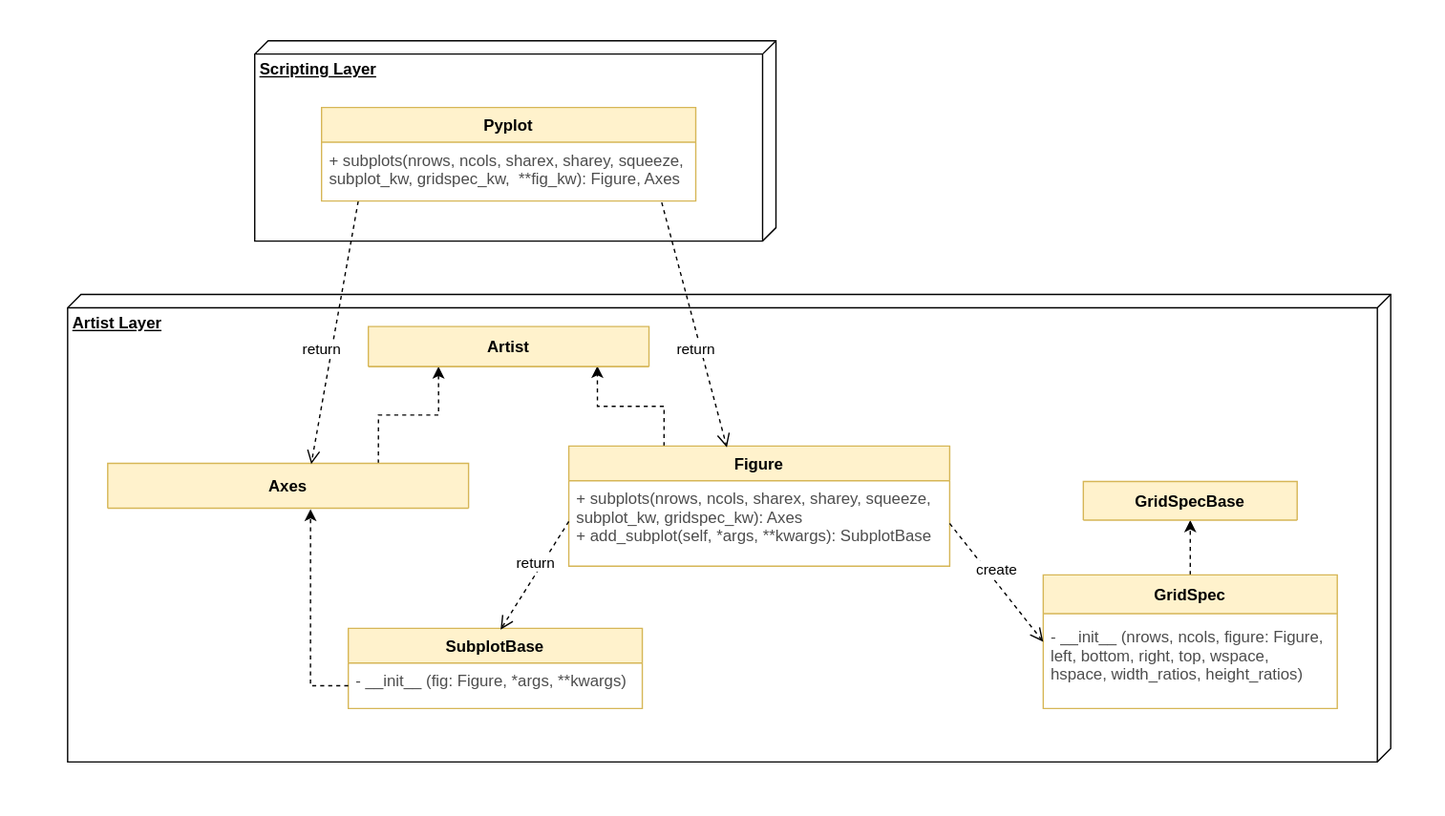
The draw.io diagram deliverable/3/img/1460_uml_1.svg in CSCD01/team_04-project, before a commit. Source tidied: cells renumbered, new cells last; positions are measured from the earlier drawing's top-left corner, leaving out a move shared by most shapes.
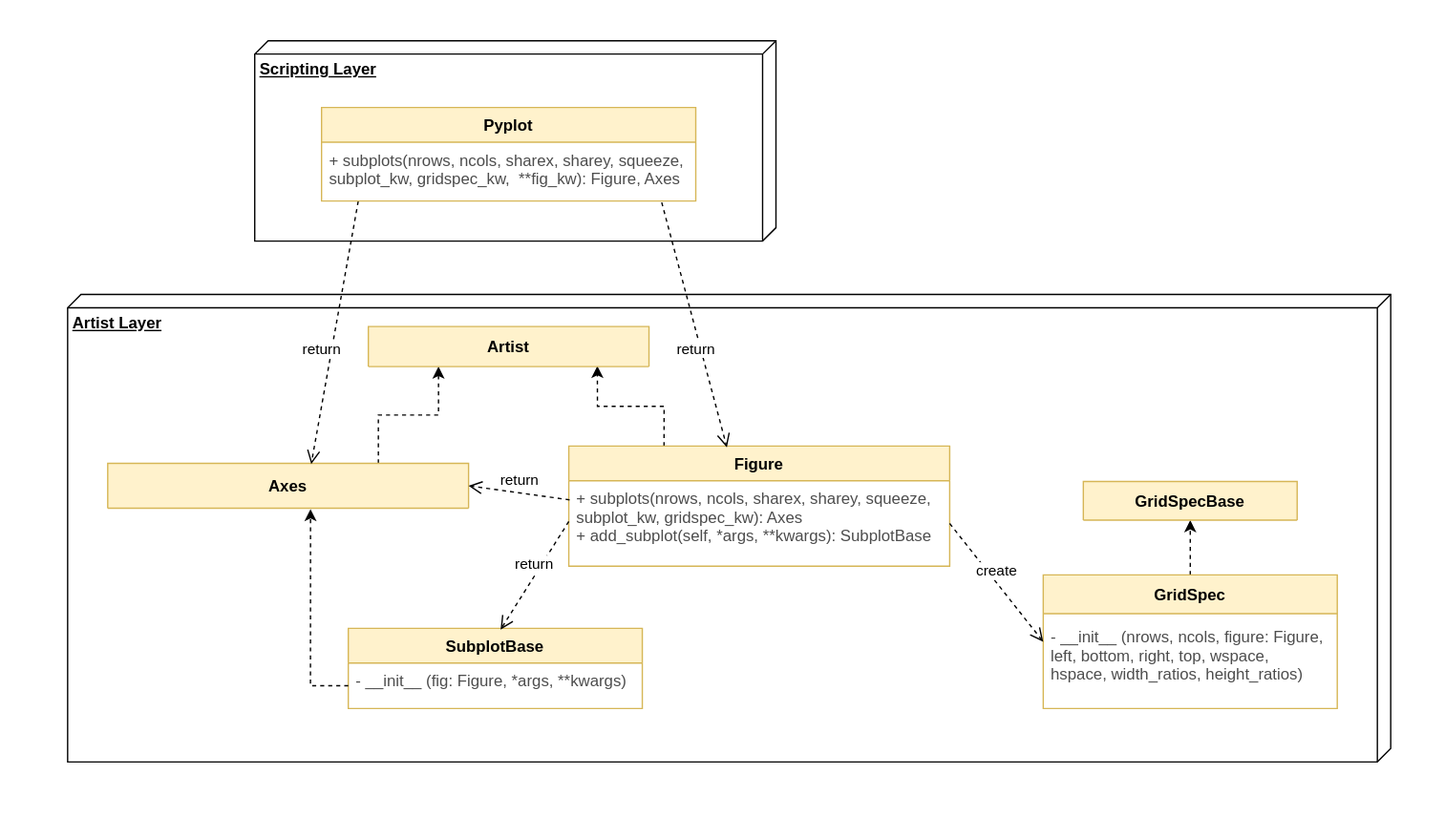
Above is the later version.

Diff of the diagram source:
```diff
@@ -70,5 +70,8 @@
     <mxCell id="23" value="+ subplots(nrows, ncols, sharex, sharey, squeeze,&#10;subplot_kw, gridspec_kw,  **fig_kw): Figure, Axes &#10;" style="text;strokeColor=none;fillColor=none;align=left;verticalAlign=top;spacingLeft=4;spacingRight=4;overflow=hidden;points=[[0,0.5],[1,0.5]];portConstraint=eastwest;fontColor=#4D4D4D;fontFamily=Helvetica;" parent="22" vertex="1">
       <mxGeometry y="26" width="280" height="44" as="geometry" />
     </mxCell>
+    <mxCell id="24" value="return" style="html=1;verticalAlign=bottom;endArrow=open;dashed=1;endSize=8;entryX=1;entryY=0.5;entryDx=0;entryDy=0;exitX=0.002;exitY=0.223;exitDx=0;exitDy=0;exitPerimeter=0;" parent="1" edge="1" source="11" target="6">
+      <mxGeometry relative="1" as="geometry" />
+    </mxCell>
   </root>
 </mxGraphModel>
```
